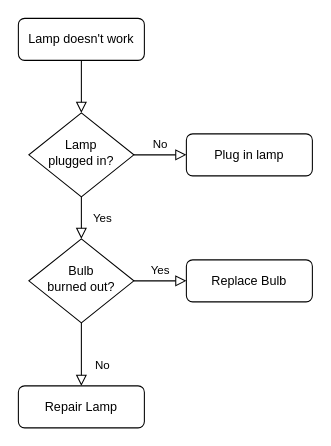
This is Untitled Diagram.drawio from SergeNm/to-do-app-web, a draw.io file, before an edit. Source tidied: cells renumbered, new cells numbered last; positions are measured from the earlier drawing's top-left corner, leaving out a move shared by most shapes. Both pictures are drawn from the tidied source at 105%, with x=0, y=0 at pixel (18, 18).
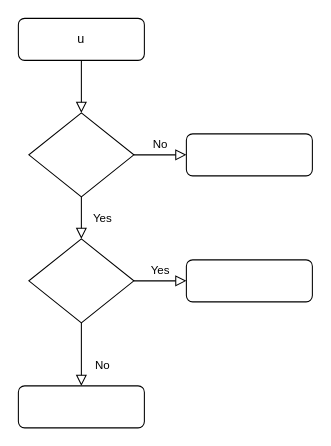
The same diagram, later.

What changed in the source:
```diff
@@
 <mxGraphModel>
   <root>
     <mxCell id="0" />
     <mxCell id="1" parent="0" />
     <mxCell id="2" style="rounded=0;html=1;jettySize=auto;fontSize=11;endArrow=block;endFill=0;endSize=8;strokeWidth=1;shadow=0;labelBackgroundColor=none;edgeStyle=orthogonalEdgeStyle;" parent="1" edge="1" source="3" target="6">
       <mxGeometry relative="1" as="geometry" />
     </mxCell>
-    <mxCell id="3" value="Lamp doesn't work" style="rounded=1;whiteSpace=wrap;html=1;fontSize=12;glass=0;strokeWidth=1;shadow=0;" parent="1" vertex="1">
+    <mxCell id="3" value="u" style="rounded=1;whiteSpace=wrap;html=1;fontSize=12;glass=0;strokeWidth=1;shadow=0;" parent="1" vertex="1">
       <mxGeometry width="120" height="40" as="geometry" />
     </mxCell>
     <mxCell id="4" value="Yes" style="rounded=0;html=1;jettySize=auto;fontSize=11;endArrow=block;endFill=0;endSize=8;strokeWidth=1;shadow=0;labelBackgroundColor=none;edgeStyle=orthogonalEdgeStyle;" parent="1" edge="1" source="6" target="10">
       <mxGeometry y="20" relative="1" as="geometry" />
     </mxCell>
     <mxCell id="5" value="No" style="edgeStyle=orthogonalEdgeStyle;rounded=0;html=1;jettySize=auto;fontSize=11;endArrow=block;endFill=0;endSize=8;strokeWidth=1;shadow=0;labelBackgroundColor=none;" parent="1" edge="1" source="6" target="7">
       <mxGeometry y="10" relative="1" as="geometry" />
     </mxCell>
-    <mxCell id="6" value="Lamp&lt;br&gt;plugged in?" style="rhombus;whiteSpace=wrap;html=1;shadow=0;fontFamily=Helvetica;fontSize=12;align=center;strokeWidth=1;spacing=6;spacingTop=-4;" parent="1" vertex="1">
+    <mxCell id="6" style="rhombus;whiteSpace=wrap;html=1;shadow=0;fontFamily=Helvetica;fontSize=12;align=center;strokeWidth=1;spacing=6;spacingTop=-4;" parent="1" vertex="1">
       <mxGeometry x="10" y="90" width="100" height="80" as="geometry" />
     </mxCell>
-    <mxCell id="7" value="Plug in lamp" style="rounded=1;whiteSpace=wrap;html=1;fontSize=12;glass=0;strokeWidth=1;shadow=0;" parent="1" vertex="1">
+    <mxCell id="7" style="rounded=1;whiteSpace=wrap;html=1;fontSize=12;glass=0;strokeWidth=1;shadow=0;" parent="1" vertex="1">
       <mxGeometry x="160" y="110" width="120" height="40" as="geometry" />
     </mxCell>
     <mxCell id="8" value="No" style="rounded=0;html=1;jettySize=auto;fontSize=11;endArrow=block;endFill=0;endSize=8;strokeWidth=1;shadow=0;labelBackgroundColor=none;edgeStyle=orthogonalEdgeStyle;" parent="1" edge="1" source="10" target="11">
       <mxGeometry x="0.33" y="20" relative="1" as="geometry" />
     </mxCell>
     <mxCell id="9" value="Yes" style="edgeStyle=orthogonalEdgeStyle;rounded=0;html=1;jettySize=auto;fontSize=11;endArrow=block;endFill=0;endSize=8;strokeWidth=1;shadow=0;labelBackgroundColor=none;" parent="1" edge="1" source="10" target="12">
       <mxGeometry y="10" relative="1" as="geometry" />
     </mxCell>
-    <mxCell id="10" value="Bulb&lt;br&gt;burned out?" style="rhombus;whiteSpace=wrap;html=1;shadow=0;fontFamily=Helvetica;fontSize=12;align=center;strokeWidth=1;spacing=6;spacingTop=-4;" parent="1" vertex="1">
+    <mxCell id="10" style="rhombus;whiteSpace=wrap;html=1;shadow=0;fontFamily=Helvetica;fontSize=12;align=center;strokeWidth=1;spacing=6;spacingTop=-4;" parent="1" vertex="1">
       <mxGeometry x="10" y="210" width="100" height="80" as="geometry" />
     </mxCell>
-    <mxCell id="11" value="Repair Lamp" style="rounded=1;whiteSpace=wrap;html=1;fontSize=12;glass=0;strokeWidth=1;shadow=0;" parent="1" vertex="1">
+    <mxCell id="11" style="rounded=1;whiteSpace=wrap;html=1;fontSize=12;glass=0;strokeWidth=1;shadow=0;" parent="1" vertex="1">
       <mxGeometry y="350" width="120" height="40" as="geometry" />
     </mxCell>
-    <mxCell id="12" value="Replace Bulb" style="rounded=1;whiteSpace=wrap;html=1;fontSize=12;glass=0;strokeWidth=1;shadow=0;" parent="1" vertex="1">
+    <mxCell id="12" style="rounded=1;whiteSpace=wrap;html=1;fontSize=12;glass=0;strokeWidth=1;shadow=0;" parent="1" vertex="1">
       <mxGeometry x="160" y="230" width="120" height="40" as="geometry" />
     </mxCell>
   </root>
 </mxGraphModel>
```
